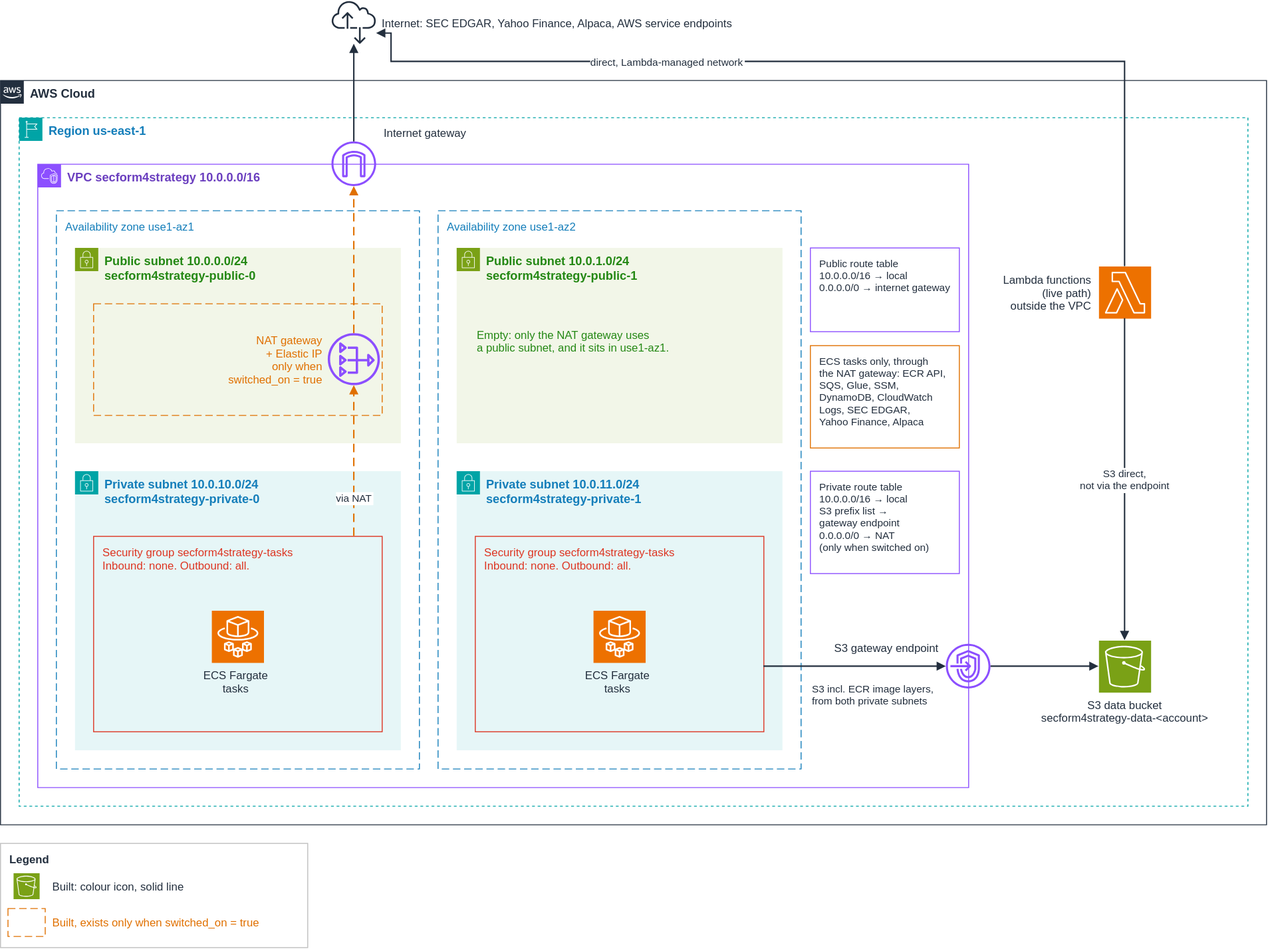
Before: docs/diagrams/aws-network.drawio.svg, a diagram exported from draw.io (josemita87/SecForm4Strategy). Source tidied: cells renumbered, new cells last; positions are measured from the earlier drawing's top-left corner, leaving out a move shared by most shapes.
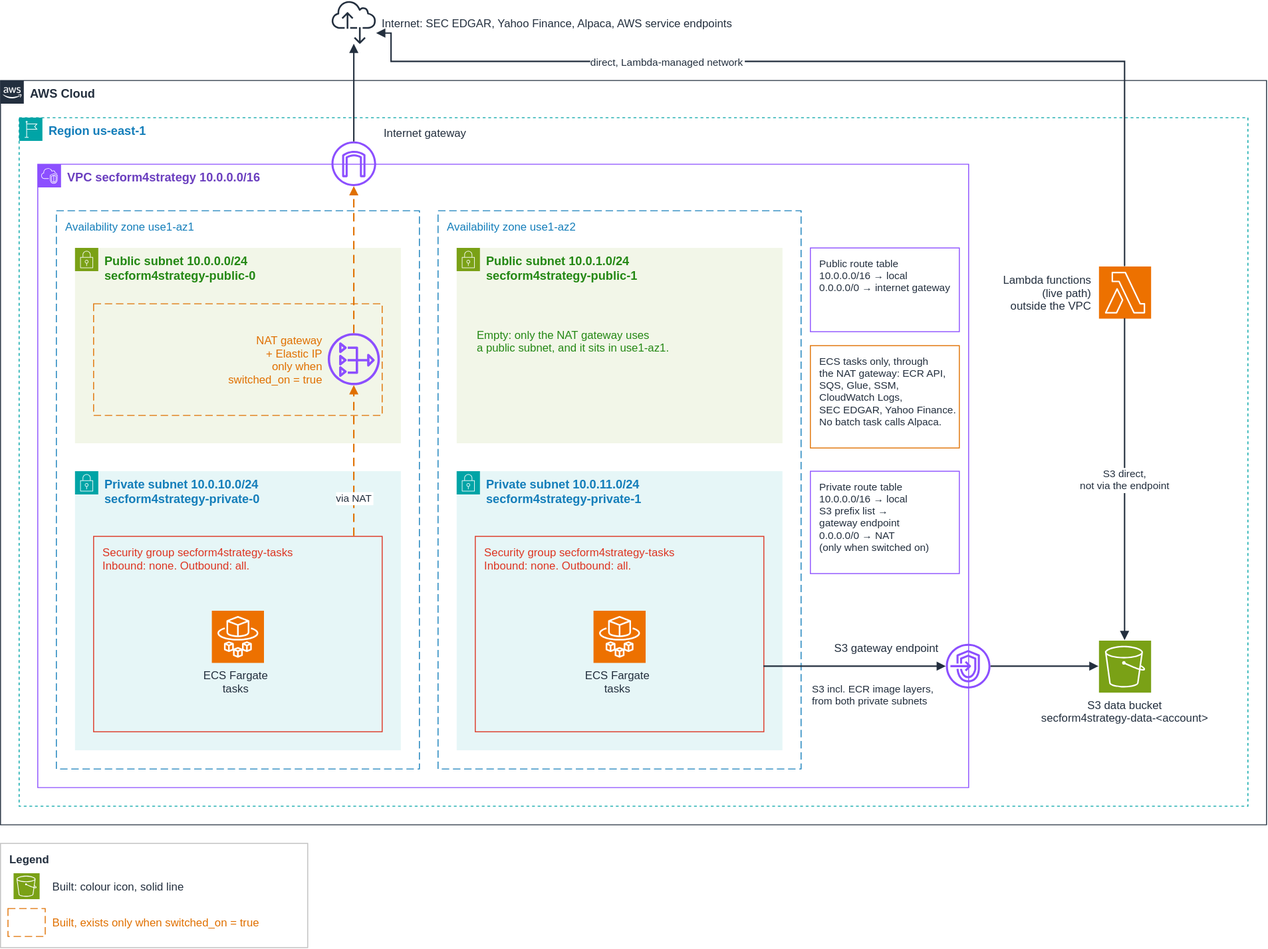
The same diagram one commit later.

Commit message:
docs: batch egress through the NAT, no batch path to Alpaca

Diff of the diagram source:
```diff
@@ -107,7 +107,7 @@
     <mxCell id="36" value="Built, exists only when switched_on = true" style="text;html=0;strokeColor=none;fillColor=none;align=left;verticalAlign=middle;fontSize=12;fontColor=#E07000;fontStyle=0;" parent="1" vertex="1">
       <mxGeometry x="54" y="976" width="270" height="30" as="geometry" />
     </mxCell>
-    <mxCell id="37" value="ECS tasks only, through&#10;the NAT gateway: ECR API,&#10;SQS, Glue, SSM,&#10;DynamoDB, CloudWatch&#10;Logs, SEC EDGAR,&#10;Yahoo Finance, Alpaca" style="rounded=0;arcSize=6;html=0;fillColor=#FFFFFF;strokeColor=#E07000;fontColor=#232F3E;fontSize=11;fontStyle=0;verticalAlign=top;align=left;spacingLeft=8;spacingTop=4;spacingRight=8;" parent="1" vertex="1">
+    <mxCell id="37" value="ECS tasks only, through&#10;the NAT gateway: ECR API,&#10;SQS, Glue, SSM,&#10;CloudWatch Logs,&#10;SEC EDGAR, Yahoo Finance.&#10;No batch task calls Alpaca." style="rounded=0;arcSize=6;html=0;fillColor=#FFFFFF;strokeColor=#E07000;fontColor=#232F3E;fontSize=11;fontStyle=0;verticalAlign=top;align=left;spacingLeft=8;spacingTop=4;spacingRight=8;" parent="1" vertex="1">
       <mxGeometry x="870" y="371" width="160" height="110" as="geometry" />
     </mxCell>
     <mxCell id="38" value="Lambda functions&#10;(live path)&#10;outside the VPC" style="points=[[0,0,0],[0.25,0,0],[0.5,0,0],[0.75,0,0],[1,0,0],[0,1,0],[0.25,1,0],[0.5,1,0],[0.75,1,0],[1,1,0],[0,0.25,0],[0,0.5,0],[0,0.75,0],[1,0.25,0],[1,0.5,0],[1,0.75,0]];outlineConnect=0;fontColor=#232F3E;fillColor=#ED7100;strokeColor=#ffffff;dashed=0;verticalLabelPosition=bottom;verticalAlign=top;align=center;html=0;fontSize=12;fontStyle=0;shape=mxgraph.aws4.resourceIcon;resIcon=mxgraph.aws4.lambda;labelPosition=left;verticalLabelPosition=middle;align=right;verticalAlign=middle;spacingRight=6;" parent="1" vertex="1">
```
